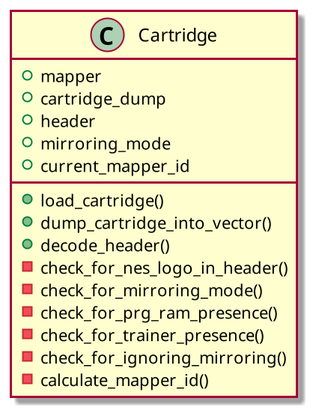
This is doc/cartridge/cartridge.png from Enigma717/yume-nes, a PlantUML export, as it was before one commit.
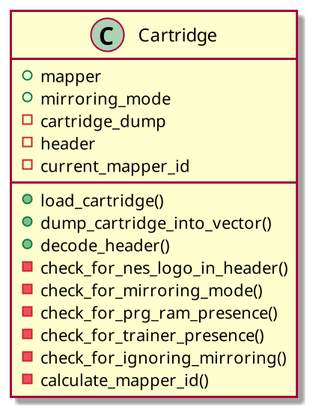
After the change.

Commit message:
Improve cartridge module

Change to the diagram source:
```diff
@@ -4,10 +4,10 @@
 
 class Cartridge {
 + mapper
-+ cartridge_dump
-+ header
 + mirroring_mode
-+ current_mapper_id
+- cartridge_dump
+- header
+- current_mapper_id
 
 + load_cartridge()
 + dump_cartridge_into_vector()
```
